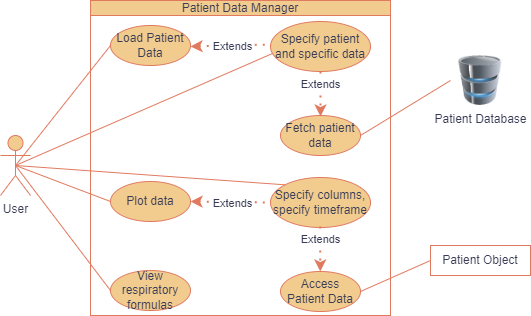
The draw.io diagram Figures/PDM_Use_Case.drawio.png in lleuch18/P9, before a commit. Source tidied: cells renumbered, new cells last; positions are measured from the earlier drawing's top-left corner, leaving out a move shared by most shapes. The source it was exported from:
```xml
<mxGraphModel>
  <root>
    <mxCell id="0" />
    <mxCell id="1" parent="0" />
    <mxCell id="2" value="User" style="shape=umlActor;verticalLabelPosition=bottom;verticalAlign=top;html=1;outlineConnect=0;labelBackgroundColor=none;fillColor=#F2CC8F;strokeColor=#E07A5F;fontColor=#393C56;" parent="1" vertex="1">
      <mxGeometry y="135" width="30" height="60" as="geometry" />
    </mxCell>
    <mxCell id="3" value="Patient Database" style="image;html=1;image=img/lib/clip_art/computers/Database_128x128.png;labelBackgroundColor=none;fillColor=#F2CC8F;strokeColor=#E07A5F;fontColor=#393C56;" parent="1" vertex="1">
      <mxGeometry x="450" y="55" width="60" height="50" as="geometry" />
    </mxCell>
    <mxCell id="4" style="rounded=0;whiteSpace=wrap;html=1;labelBackgroundColor=none;fillColor=#FFFFFF;strokeColor=#E07A5F;fontColor=#393C56;" parent="1" vertex="1">
      <mxGeometry x="90" width="300" height="315" as="geometry" />
    </mxCell>
    <mxCell id="5" value="Patient Data Manager" style="rounded=0;whiteSpace=wrap;html=1;labelBackgroundColor=none;fillColor=#F2CC8F;strokeColor=#E07A5F;fontColor=#393C56;" parent="1" vertex="1">
      <mxGeometry x="90" width="300" height="15" as="geometry" />
    </mxCell>
    <mxCell id="6" value="Load Patient Data" style="ellipse;whiteSpace=wrap;html=1;strokeColor=#E07A5F;fontColor=#393C56;fillColor=#F2CC8F;" parent="1" vertex="1">
      <mxGeometry x="110" y="25" width="80" height="40" as="geometry" />
    </mxCell>
    <mxCell id="7" value="Specify patient and specific data" style="ellipse;whiteSpace=wrap;html=1;strokeColor=#E07A5F;fontColor=#393C56;fillColor=#F2CC8F;" parent="1" vertex="1">
      <mxGeometry x="270" y="21" width="100" height="50" as="geometry" />
    </mxCell>
    <mxCell id="8" value="Plot data" style="ellipse;whiteSpace=wrap;html=1;strokeColor=#E07A5F;fontColor=#393C56;fillColor=#F2CC8F;" parent="1" vertex="1">
      <mxGeometry x="110" y="181" width="80" height="40" as="geometry" />
    </mxCell>
    <mxCell id="9" value="Specify columns, specify timeframe" style="ellipse;whiteSpace=wrap;html=1;strokeColor=#E07A5F;fontColor=#393C56;fillColor=#F2CC8F;" parent="1" vertex="1">
      <mxGeometry x="270" y="177" width="100" height="50" as="geometry" />
    </mxCell>
    <mxCell id="10" value="View respiratory formulas" style="ellipse;whiteSpace=wrap;html=1;strokeColor=#E07A5F;fontColor=#393C56;fillColor=#F2CC8F;" parent="1" vertex="1">
      <mxGeometry x="110" y="270" width="80" height="40" as="geometry" />
    </mxCell>
    <mxCell id="11" style="endArrow=none;html=1;rounded=0;strokeColor=#E07A5F;fontColor=#393C56;fillColor=#F2CC8F;exitX=0.5;exitY=0.5;exitDx=0;exitDy=0;exitPerimeter=0;entryX=0;entryY=0.5;entryDx=0;entryDy=0;endFill=0;" parent="1" edge="1" source="2" target="6">
      <mxGeometry relative="1" as="geometry" />
    </mxCell>
    <mxCell id="12" style="endArrow=none;html=1;rounded=0;strokeColor=#E07A5F;fontColor=#393C56;fillColor=#F2CC8F;exitX=0.5;exitY=0.5;exitDx=0;exitDy=0;exitPerimeter=0;entryX=0;entryY=0.5;entryDx=0;entryDy=0;" parent="1" edge="1" source="2" target="8">
      <mxGeometry relative="1" as="geometry" />
    </mxCell>
    <mxCell id="13" value="Patient Object" style="rounded=0;whiteSpace=wrap;html=1;strokeColor=#E07A5F;fontColor=#393C56;fillColor=#FFFFFF;" parent="1" vertex="1">
      <mxGeometry x="430" y="245" width="100" height="30" as="geometry" />
    </mxCell>
    <mxCell id="14" value="Extends" style="endArrow=none;dashed=1;html=1;dashPattern=1 3;strokeWidth=2;rounded=0;strokeColor=#E07A5F;fontColor=#393C56;fillColor=#F2CC8F;exitX=1;exitY=0.675;exitDx=0;exitDy=0;exitPerimeter=0;startArrow=classic;startFill=1;entryX=0;entryY=0.5;entryDx=0;entryDy=0;" parent="1" edge="1">
      <mxGeometry x="0.04" y="-1" relative="1" as="geometry">
        <mxPoint x="190" y="46" as="sourcePoint" />
        <mxPoint x="270" y="44" as="targetPoint" />
      </mxGeometry>
    </mxCell>
    <mxCell id="15" value="Extends" style="endArrow=none;dashed=1;html=1;dashPattern=1 3;strokeWidth=2;rounded=0;strokeColor=#E07A5F;fontColor=#393C56;fillColor=#F2CC8F;exitX=1;exitY=0.5;exitDx=0;exitDy=0;startArrow=classic;startFill=1;entryX=0;entryY=0.5;entryDx=0;entryDy=0;" parent="1" edge="1" source="8" target="9">
      <mxGeometry x="0.04" y="-1" relative="1" as="geometry" />
    </mxCell>
    <mxCell id="16" style="endArrow=none;html=1;rounded=0;strokeColor=#E07A5F;fontColor=#393C56;fillColor=#F2CC8F;exitX=0.5;exitY=0.5;exitDx=0;exitDy=0;exitPerimeter=0;entryX=0.02;entryY=0.64;entryDx=0;entryDy=0;entryPerimeter=0;" parent="1" edge="1" source="2" target="7">
      <mxGeometry relative="1" as="geometry" />
    </mxCell>
    <mxCell id="17" style="endArrow=none;html=1;rounded=0;strokeColor=#E07A5F;fontColor=#393C56;fillColor=#F2CC8F;exitX=0.5;exitY=0.5;exitDx=0;exitDy=0;exitPerimeter=0;entryX=0;entryY=0;entryDx=0;entryDy=0;" parent="1" edge="1" source="2" target="9">
      <mxGeometry relative="1" as="geometry" />
    </mxCell>
    <mxCell id="18" style="endArrow=none;html=1;rounded=0;strokeColor=#E07A5F;fontColor=#393C56;fillColor=#F2CC8F;exitX=0.5;exitY=0.5;exitDx=0;exitDy=0;exitPerimeter=0;entryX=0;entryY=0.5;entryDx=0;entryDy=0;" parent="1" edge="1" source="2" target="10">
      <mxGeometry relative="1" as="geometry" />
    </mxCell>
    <mxCell id="19" value="Fetch patient data" style="ellipse;whiteSpace=wrap;html=1;strokeColor=#E07A5F;fontColor=#393C56;fillColor=#F2CC8F;" parent="1" vertex="1">
      <mxGeometry x="280" y="115" width="80" height="40" as="geometry" />
    </mxCell>
    <mxCell id="20" style="endArrow=none;html=1;rounded=0;strokeColor=#E07A5F;fontColor=#393C56;fillColor=#F2CC8F;exitX=1;exitY=0.5;exitDx=0;exitDy=0;entryX=0;entryY=0.5;entryDx=0;entryDy=0;" parent="1" edge="1" source="19" target="3">
      <mxGeometry relative="1" as="geometry" />
    </mxCell>
    <mxCell id="21" value="Extends" style="endArrow=classic;dashed=1;html=1;dashPattern=1 3;strokeWidth=2;rounded=0;strokeColor=#E07A5F;fontColor=#393C56;fillColor=#F2CC8F;entryX=0.5;entryY=0;entryDx=0;entryDy=0;endFill=1;exitX=0.5;exitY=1;exitDx=0;exitDy=0;" parent="1" edge="1" source="7">
      <mxGeometry x="-0.41" relative="1" as="geometry">
        <mxPoint x="320" y="116" as="targetPoint" />
      </mxGeometry>
    </mxCell>
    <mxCell id="22" value="Access Patient Data" style="ellipse;whiteSpace=wrap;html=1;strokeColor=#E07A5F;fontColor=#393C56;fillColor=#F2CC8F;" parent="1" vertex="1">
      <mxGeometry x="280" y="271" width="80" height="40" as="geometry" />
    </mxCell>
    <mxCell id="23" value="Extends" style="endArrow=classic;dashed=1;html=1;dashPattern=1 3;strokeWidth=2;rounded=0;strokeColor=#E07A5F;fontColor=#393C56;fillColor=#F2CC8F;entryX=0.5;entryY=0;entryDx=0;entryDy=0;endFill=1;exitX=0.5;exitY=1;exitDx=0;exitDy=0;" parent="1" edge="1">
      <mxGeometry x="-0.41" relative="1" as="geometry">
        <mxPoint x="319.7" y="226" as="sourcePoint" />
        <mxPoint x="319.7" y="271" as="targetPoint" />
      </mxGeometry>
    </mxCell>
    <mxCell id="24" style="endArrow=none;html=1;rounded=0;strokeColor=#E07A5F;fontColor=#393C56;fillColor=#F2CC8F;exitX=1;exitY=0.5;exitDx=0;exitDy=0;entryX=0;entryY=0.5;entryDx=0;entryDy=0;" parent="1" edge="1" source="22" target="13">
      <mxGeometry relative="1" as="geometry" />
    </mxCell>
  </root>
</mxGraphModel>
```
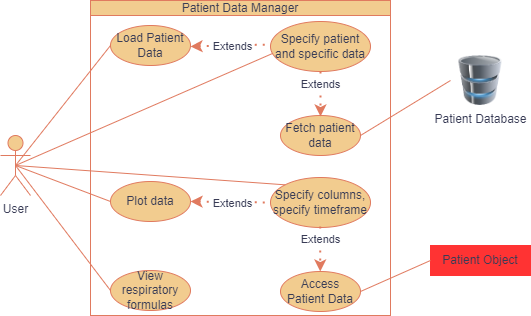
The same diagram one commit later.

Change to the diagram source:
```diff
@@ -35,7 +35,7 @@
     <mxCell id="12" style="endArrow=none;html=1;rounded=0;strokeColor=#E07A5F;fontColor=#393C56;fillColor=#F2CC8F;exitX=0.5;exitY=0.5;exitDx=0;exitDy=0;exitPerimeter=0;entryX=0;entryY=0.5;entryDx=0;entryDy=0;" parent="1" edge="1" source="2" target="8">
       <mxGeometry relative="1" as="geometry" />
     </mxCell>
-    <mxCell id="13" value="Patient Object" style="rounded=0;whiteSpace=wrap;html=1;strokeColor=#E07A5F;fontColor=#393C56;fillColor=#FFFFFF;" parent="1" vertex="1">
+    <mxCell id="13" value="Patient Object" style="rounded=0;whiteSpace=wrap;html=1;strokeColor=#FF3333;fontColor=#393C56;fillColor=#FF3333;" parent="1" vertex="1">
       <mxGeometry x="430" y="245" width="100" height="30" as="geometry" />
     </mxCell>
     <mxCell id="14" value="Extends" style="endArrow=none;dashed=1;html=1;dashPattern=1 3;strokeWidth=2;rounded=0;strokeColor=#E07A5F;fontColor=#393C56;fillColor=#F2CC8F;exitX=1;exitY=0.675;exitDx=0;exitDy=0;exitPerimeter=0;startArrow=classic;startFill=1;entryX=0;entryY=0.5;entryDx=0;entryDy=0;" parent="1" edge="1">
```
